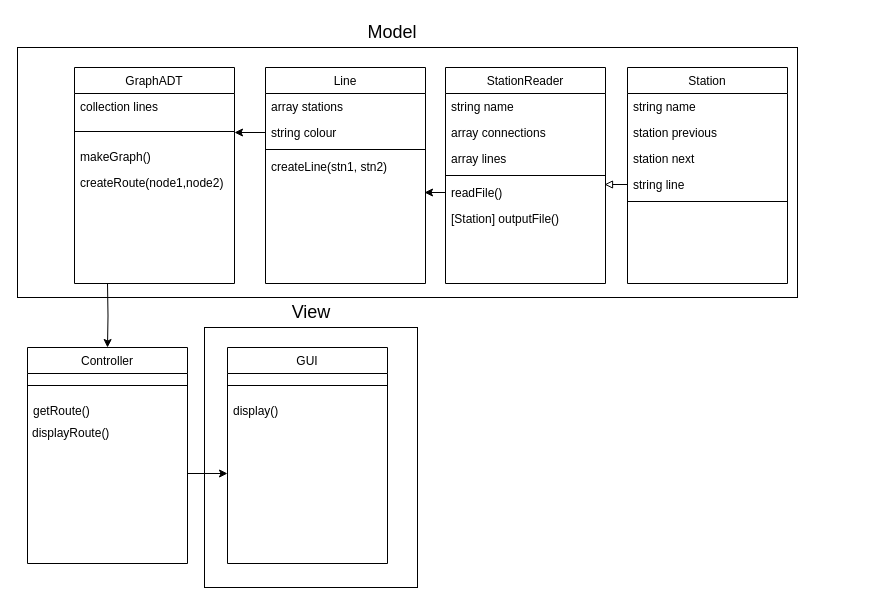
Earlier version of the draw.io diagram BostonMetro.drawio (samwod1/BostonMetroProject). Source tidied: cells renumbered, new cells numbered last; positions are measured from the earlier drawing's top-left corner, leaving out a move shared by most shapes. Both pictures are drawn from the tidied source at 100%, with x=0, y=0 at pixel (17, 17).
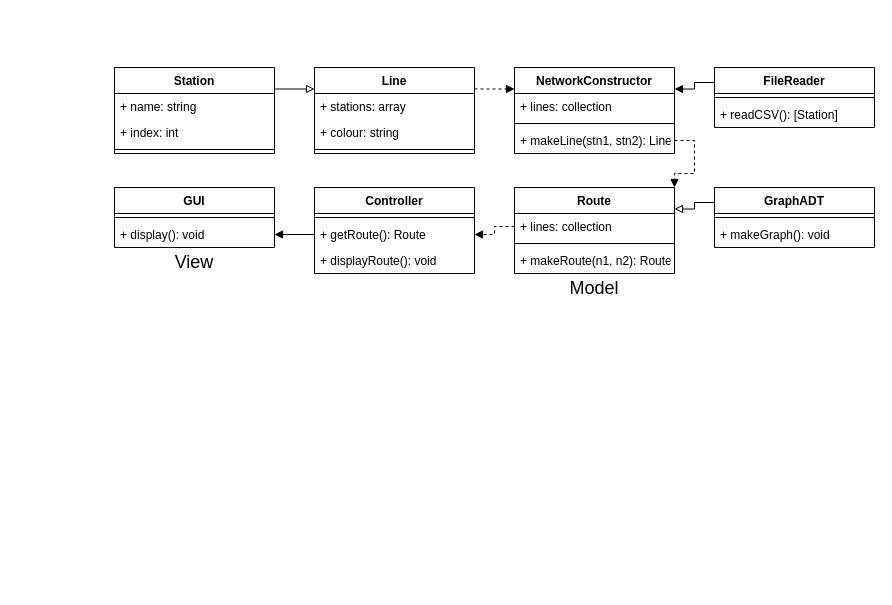
After the change.

What changed in the source:
```diff
@@
-    <mxCell id="2" style="rounded=0;whiteSpace=wrap;html=1;fontSize=18;" parent="1" vertex="1">
-      <mxGeometry x="187" y="310" width="213" height="260" as="geometry" />
-    </mxCell>
-    <mxCell id="3" style="rounded=0;whiteSpace=wrap;html=1;" parent="1" vertex="1">
-      <mxGeometry y="30" width="780" height="250" as="geometry" />
-    </mxCell>
-    <mxCell id="4" style="edgeStyle=orthogonalEdgeStyle;rounded=0;jettySize=auto;html=1;exitX=0.5;exitY=1;exitDx=0;exitDy=0;entryX=0.5;entryY=0;entryDx=0;entryDy=0;" parent="1" edge="1" target="11">
-      <mxGeometry relative="1" as="geometry">
-        <mxPoint x="90" y="266" as="sourcePoint" />
-      </mxGeometry>
-    </mxCell>
-    <mxCell id="5" value="Station" style="swimlane;fontStyle=0;align=center;verticalAlign=top;horizontal=1;startSize=26;rounded=0;shadow=0;strokeWidth=1;" parent="1" vertex="1">
-      <mxGeometry x="610" y="50" width="160" height="216" as="geometry" />
-    </mxCell>
-    <mxCell id="6" value="string name" style="text;align=left;verticalAlign=top;spacingLeft=4;spacingRight=4;overflow=hidden;rounded=0;shadow=0;html=0;" parent="5" vertex="1">
-      <mxGeometry y="26" width="160" height="26" as="geometry" />
-    </mxCell>
-    <mxCell id="7" value="station previous" style="text;align=left;verticalAlign=top;spacingLeft=4;spacingRight=4;overflow=hidden;rounded=0;shadow=0;html=0;" parent="5" vertex="1">
-      <mxGeometry y="52" width="160" height="26" as="geometry" />
-    </mxCell>
-    <mxCell id="8" value="station next" style="text;align=left;verticalAlign=top;spacingLeft=4;spacingRight=4;overflow=hidden;rounded=0;shadow=0;html=0;" parent="5" vertex="1">
-      <mxGeometry y="78" width="160" height="26" as="geometry" />
-    </mxCell>
-    <mxCell id="9" value="string line" style="text;align=left;verticalAlign=top;spacingLeft=4;spacingRight=4;overflow=hidden;points=[[0,0.5],[1,0.5]];portConstraint=eastwest;rounded=0;shadow=0;html=0;" parent="5" vertex="1">
-      <mxGeometry y="104" width="160" height="26" as="geometry" />
-    </mxCell>
-    <mxCell id="10" style="line;html=1;strokeWidth=1;align=left;verticalAlign=middle;spacingTop=-1;spacingLeft=3;spacingRight=3;labelPosition=right;" parent="5" vertex="1">
-      <mxGeometry y="130" width="160" height="8" as="geometry" />
-    </mxCell>
-    <mxCell id="11" value="Controller" style="swimlane;fontStyle=0;align=center;verticalAlign=top;horizontal=1;startSize=26;rounded=0;shadow=0;strokeWidth=1;" parent="1" vertex="1">
-      <mxGeometry x="10" y="330" width="160" height="216" as="geometry" />
-    </mxCell>
-    <mxCell id="12" style="line;html=1;strokeWidth=1;align=left;verticalAlign=middle;spacingTop=-1;spacingLeft=3;spacingRight=3;labelPosition=right;" parent="11" vertex="1">
-      <mxGeometry y="26" width="160" height="24" as="geometry" />
-    </mxCell>
-    <mxCell id="13" value="getRoute()" style="text;align=left;verticalAlign=top;spacingLeft=4;spacingRight=4;overflow=hidden;" parent="11" vertex="1">
-      <mxGeometry y="50" width="160" height="26" as="geometry" />
-    </mxCell>
-    <mxCell id="14" value="&lt;div&gt;&lt;span&gt;displayRoute()&lt;/span&gt;&lt;/div&gt;" style="text;html=1;strokeColor=none;fillColor=none;align=left;verticalAlign=middle;whiteSpace=wrap;rounded=0;spacing=5;" parent="11" vertex="1">
-      <mxGeometry y="76" width="160" height="20" as="geometry" />
-    </mxCell>
-    <mxCell id="15" value="GUI" style="swimlane;fontStyle=0;align=center;verticalAlign=top;horizontal=1;startSize=26;rounded=0;shadow=0;strokeWidth=1;" parent="1" vertex="1">
-      <mxGeometry x="210" y="330" width="160" height="216" as="geometry" />
-    </mxCell>
-    <mxCell id="16" style="line;html=1;strokeWidth=1;align=left;verticalAlign=middle;spacingTop=-1;spacingLeft=3;spacingRight=3;labelPosition=right;" parent="15" vertex="1">
-      <mxGeometry y="26" width="160" height="24" as="geometry" />
-    </mxCell>
-    <mxCell id="17" value="display()" style="text;align=left;verticalAlign=top;spacingLeft=4;spacingRight=4;overflow=hidden;" parent="15" vertex="1">
-      <mxGeometry y="50" width="160" height="26" as="geometry" />
-    </mxCell>
-    <mxCell id="18" style="endArrow=classic;html=1;rounded=0;fontSize=18;" parent="15" edge="1">
-      <mxGeometry relative="1" as="geometry">
-        <mxPoint x="-40" y="126" as="sourcePoint" />
-        <mxPoint y="126" as="targetPoint" />
-      </mxGeometry>
-    </mxCell>
-    <mxCell id="19" value="Line" style="swimlane;fontStyle=0;align=center;verticalAlign=top;horizontal=1;startSize=26;rounded=0;shadow=0;strokeWidth=1;" parent="1" vertex="1">
-      <mxGeometry x="248" y="50" width="160" height="216" as="geometry" />
-    </mxCell>
-    <mxCell id="20" value="array stations" style="text;align=left;verticalAlign=top;spacingLeft=4;spacingRight=4;overflow=hidden;rounded=0;shadow=0;html=0;" parent="19" vertex="1">
-      <mxGeometry y="26" width="160" height="26" as="geometry" />
-    </mxCell>
-    <mxCell id="21" value="string colour" style="text;align=left;verticalAlign=top;spacingLeft=4;spacingRight=4;overflow=hidden;points=[[0,0.5],[1,0.5]];portConstraint=eastwest;rounded=0;shadow=0;html=0;" parent="19" vertex="1">
-      <mxGeometry y="52" width="160" height="26" as="geometry" />
-    </mxCell>
-    <mxCell id="22" style="line;html=1;strokeWidth=1;align=left;verticalAlign=middle;spacingTop=-1;spacingLeft=3;spacingRight=3;labelPosition=right;" parent="19" vertex="1">
-      <mxGeometry y="78" width="160" height="8" as="geometry" />
-    </mxCell>
-    <mxCell id="23" value="createLine(stn1, stn2)" style="text;align=left;verticalAlign=top;spacingLeft=4;spacingRight=4;overflow=hidden;" parent="19" vertex="1">
-      <mxGeometry y="86" width="160" height="26" as="geometry" />
-    </mxCell>
-    <mxCell id="24" value="GraphADT" style="swimlane;fontStyle=0;align=center;verticalAlign=top;horizontal=1;startSize=26;rounded=0;shadow=0;strokeWidth=1;" parent="1" vertex="1">
-      <mxGeometry x="57" y="50" width="160" height="216" as="geometry" />
-    </mxCell>
-    <mxCell id="25" value="collection lines" style="text;align=left;verticalAlign=top;spacingLeft=4;spacingRight=4;overflow=hidden;" parent="24" vertex="1">
-      <mxGeometry y="26" width="160" height="26" as="geometry" />
-    </mxCell>
-    <mxCell id="26" style="line;html=1;strokeWidth=1;align=left;verticalAlign=middle;spacingTop=-1;spacingLeft=3;spacingRight=3;labelPosition=right;" parent="24" vertex="1">
-      <mxGeometry y="52" width="160" height="24" as="geometry" />
-    </mxCell>
-    <mxCell id="27" value="makeGraph()" style="text;align=left;verticalAlign=top;spacingLeft=4;spacingRight=4;overflow=hidden;" parent="24" vertex="1">
-      <mxGeometry y="76" width="160" height="26" as="geometry" />
-    </mxCell>
-    <mxCell id="28" value="createRoute(node1,node2)" style="text;align=left;verticalAlign=top;spacingLeft=4;spacingRight=4;overflow=hidden;" parent="24" vertex="1">
-      <mxGeometry y="102" width="160" height="26" as="geometry" />
-    </mxCell>
-    <mxCell id="29" style="edgeStyle=orthogonalEdgeStyle;rounded=0;jettySize=auto;html=1;exitX=0;exitY=0.5;exitDx=0;exitDy=0;entryX=1;entryY=0.5;entryDx=0;entryDy=0;" parent="1" edge="1" source="21">
-      <mxGeometry relative="1" as="geometry">
-        <mxPoint x="217" y="115" as="targetPoint" />
-      </mxGeometry>
-    </mxCell>
-    <mxCell id="30" value="StationReader" style="swimlane;fontStyle=0;align=center;verticalAlign=top;horizontal=1;startSize=26;rounded=0;shadow=0;strokeWidth=1;" parent="1" vertex="1">
-      <mxGeometry x="428" y="50" width="160" height="216" as="geometry" />
-    </mxCell>
-    <mxCell id="31" value="string name" style="text;align=left;verticalAlign=top;spacingLeft=4;spacingRight=4;overflow=hidden;rounded=0;shadow=0;html=0;" parent="30" vertex="1">
-      <mxGeometry y="26" width="160" height="26" as="geometry" />
-    </mxCell>
-    <mxCell id="32" value="array connections" style="text;align=left;verticalAlign=top;spacingLeft=4;spacingRight=4;overflow=hidden;rounded=0;shadow=0;html=0;" parent="30" vertex="1">
-      <mxGeometry y="52" width="160" height="26" as="geometry" />
-    </mxCell>
-    <mxCell id="33" value="array lines" style="text;align=left;verticalAlign=top;spacingLeft=4;spacingRight=4;overflow=hidden;rounded=0;shadow=0;html=0;" parent="30" vertex="1">
-      <mxGeometry y="78" width="160" height="26" as="geometry" />
-    </mxCell>
-    <mxCell id="34" style="line;html=1;strokeWidth=1;align=left;verticalAlign=middle;spacingTop=-1;spacingLeft=3;spacingRight=3;labelPosition=right;" parent="30" vertex="1">
-      <mxGeometry y="104" width="160" height="8" as="geometry" />
-    </mxCell>
-    <mxCell id="35" value="readFile()" style="text;align=left;verticalAlign=top;spacingLeft=4;spacingRight=4;overflow=hidden;points=[[0,0.5],[1,0.5]];portConstraint=eastwest;rounded=0;shadow=0;html=0;" parent="30" vertex="1">
-      <mxGeometry y="112" width="160" height="26" as="geometry" />
-    </mxCell>
-    <mxCell id="36" value="[Station] outputFile()" style="text;align=left;verticalAlign=top;spacingLeft=4;spacingRight=4;overflow=hidden;rounded=0;shadow=0;html=0;" parent="30" vertex="1">
-      <mxGeometry y="138" width="160" height="26" as="geometry" />
-    </mxCell>
     <mxCell id="37" value="&lt;font style=&quot;font-size: 18px&quot;&gt;Model&lt;/font&gt;" style="text;html=1;strokeColor=none;fillColor=none;align=center;verticalAlign=middle;whiteSpace=wrap;rounded=0;" parent="1" vertex="1">
-      <mxGeometry x="330" width="90" height="30" as="geometry" />
+      <mxGeometry x="532" y="256" width="90" height="30" as="geometry" />
     </mxCell>
     <mxCell id="38" value="View" style="text;html=1;strokeColor=none;fillColor=none;align=center;verticalAlign=middle;whiteSpace=wrap;rounded=0;fontSize=18;" parent="1" vertex="1">
-      <mxGeometry x="263.5" y="280" width="60" height="30" as="geometry" />
+      <mxGeometry x="147" y="230" width="60" height="30" as="geometry" />
     </mxCell>
-    <mxCell id="39" style="endArrow=block;html=1;rounded=0;fontSize=18;strokeColor=#000000;exitX=0;exitY=0.5;exitDx=0;exitDy=0;endFill=0;" parent="1" edge="1" source="9">
-      <mxGeometry relative="1" as="geometry">
-        <mxPoint x="587" y="167" as="targetPoint" />
-      </mxGeometry>
-    </mxCell>
-    <mxCell id="40" style="edgeStyle=orthogonalEdgeStyle;rounded=0;jettySize=auto;html=1;exitX=0;exitY=0.5;exitDx=0;exitDy=0;fontSize=18;endArrow=classic;endFill=1;strokeColor=#000000;" parent="1" edge="1" source="35">
-      <mxGeometry relative="1" as="geometry">
-        <mxPoint x="407" y="175" as="targetPoint" />
-      </mxGeometry>
-    </mxCell>
+    <mxCell id="41" style="edgeStyle=orthogonalEdgeStyle;rounded=0;jettySize=auto;html=1;exitX=1;exitY=0.25;exitDx=0;exitDy=0;entryX=0;entryY=0.25;entryDx=0;entryDy=0;endArrow=block;endFill=0;strokeColor=#000000;" parent="1" edge="1" source="5" target="19">
+      <mxGeometry relative="1" as="geometry" />
+    </mxCell>
+    <mxCell id="5" value="Station" style="swimlane;fontStyle=1;align=center;verticalAlign=top;horizontal=1;startSize=26;" parent="1" vertex="1">
+      <mxGeometry x="97" y="50" width="160" height="86" as="geometry" />
+    </mxCell>
+    <mxCell id="42" value="+ name: string" style="text;strokeColor=none;fillColor=none;align=left;verticalAlign=top;spacingLeft=4;spacingRight=4;overflow=hidden;" parent="5" vertex="1">
+      <mxGeometry y="26" width="160" height="26" as="geometry" />
+    </mxCell>
+    <mxCell id="43" value="+ index: int" style="text;strokeColor=none;fillColor=none;align=left;verticalAlign=top;spacingLeft=4;spacingRight=4;overflow=hidden;" parent="5" vertex="1">
+      <mxGeometry y="52" width="160" height="26" as="geometry" />
+    </mxCell>
+    <mxCell id="44" style="line;strokeWidth=1;fillColor=none;align=left;verticalAlign=middle;spacingTop=-1;spacingLeft=3;spacingRight=3;labelPosition=right;" parent="5" vertex="1">
+      <mxGeometry y="78" width="160" height="8" as="geometry" />
+    </mxCell>
+    <mxCell id="45" style="edgeStyle=orthogonalEdgeStyle;rounded=0;jettySize=auto;html=1;exitX=0;exitY=0.25;exitDx=0;exitDy=0;entryX=1;entryY=0.25;entryDx=0;entryDy=0;endArrow=block;endFill=1;strokeColor=#000000;" parent="1" edge="1" source="46" target="66">
+      <mxGeometry relative="1" as="geometry" />
+    </mxCell>
+    <mxCell id="46" value="FileReader" style="swimlane;fontStyle=1;align=center;verticalAlign=top;horizontal=1;startSize=26;" parent="1" vertex="1">
+      <mxGeometry x="697" y="50" width="160" height="60" as="geometry" />
+    </mxCell>
+    <mxCell id="47" style="line;strokeWidth=1;fillColor=none;align=left;verticalAlign=middle;spacingTop=-1;spacingLeft=3;spacingRight=3;labelPosition=right;" parent="46" vertex="1">
+      <mxGeometry y="26" width="160" height="8" as="geometry" />
+    </mxCell>
+    <mxCell id="48" value="+ readCSV(): [Station]" style="text;strokeColor=none;fillColor=none;align=left;verticalAlign=top;spacingLeft=4;spacingRight=4;overflow=hidden;" parent="46" vertex="1">
+      <mxGeometry y="34" width="160" height="26" as="geometry" />
+    </mxCell>
+    <mxCell id="49" style="edgeStyle=orthogonalEdgeStyle;rounded=0;jettySize=auto;html=1;exitX=1;exitY=0.25;exitDx=0;exitDy=0;entryX=0;entryY=0.25;entryDx=0;entryDy=0;dashed=1;endArrow=block;endFill=1;strokeColor=#000000;" parent="1" edge="1" source="19" target="66">
+      <mxGeometry relative="1" as="geometry" />
+    </mxCell>
+    <mxCell id="19" value="Line" style="swimlane;fontStyle=1;align=center;verticalAlign=top;horizontal=1;startSize=26;" parent="1" vertex="1">
+      <mxGeometry x="297" y="50" width="160" height="86" as="geometry" />
+    </mxCell>
+    <mxCell id="50" value="+ stations: array" style="text;strokeColor=none;fillColor=none;align=left;verticalAlign=top;spacingLeft=4;spacingRight=4;overflow=hidden;" parent="19" vertex="1">
+      <mxGeometry y="26" width="160" height="26" as="geometry" />
+    </mxCell>
+    <mxCell id="51" value="+ colour: string" style="text;strokeColor=none;fillColor=none;align=left;verticalAlign=top;spacingLeft=4;spacingRight=4;overflow=hidden;" parent="19" vertex="1">
+      <mxGeometry y="52" width="160" height="26" as="geometry" />
+    </mxCell>
+    <mxCell id="52" style="line;strokeWidth=1;fillColor=none;align=left;verticalAlign=middle;spacingTop=-1;spacingLeft=3;spacingRight=3;labelPosition=right;" parent="19" vertex="1">
+      <mxGeometry y="78" width="160" height="8" as="geometry" />
+    </mxCell>
+    <mxCell id="53" style="edgeStyle=orthogonalEdgeStyle;rounded=0;jettySize=auto;html=1;exitX=0;exitY=0.25;exitDx=0;exitDy=0;entryX=1.006;entryY=0.151;entryDx=0;entryDy=0;entryPerimeter=0;dashed=1;endArrow=open;endFill=0;strokeColor=none;" parent="1" edge="1" source="24" target="57">
+      <mxGeometry relative="1" as="geometry" />
+    </mxCell>
+    <mxCell id="54" style="edgeStyle=orthogonalEdgeStyle;rounded=0;jettySize=auto;html=1;exitX=0;exitY=0.25;exitDx=0;exitDy=0;entryX=1;entryY=0.25;entryDx=0;entryDy=0;endArrow=block;endFill=0;strokeColor=#000000;" parent="1" edge="1" source="24" target="57">
+      <mxGeometry relative="1" as="geometry" />
+    </mxCell>
+    <mxCell id="24" value="GraphADT" style="swimlane;fontStyle=1;align=center;verticalAlign=top;horizontal=1;startSize=26;" parent="1" vertex="1">
+      <mxGeometry x="697" y="170" width="160" height="60" as="geometry" />
+    </mxCell>
+    <mxCell id="55" style="line;strokeWidth=1;fillColor=none;align=left;verticalAlign=middle;spacingTop=-1;spacingLeft=3;spacingRight=3;labelPosition=right;" parent="24" vertex="1">
+      <mxGeometry y="26" width="160" height="8" as="geometry" />
+    </mxCell>
+    <mxCell id="56" value="+ makeGraph(): void" style="text;strokeColor=none;fillColor=none;align=left;verticalAlign=top;spacingLeft=4;spacingRight=4;overflow=hidden;" parent="24" vertex="1">
+      <mxGeometry y="34" width="160" height="26" as="geometry" />
+    </mxCell>
+    <mxCell id="57" value="Route" style="swimlane;fontStyle=1;align=center;verticalAlign=top;horizontal=1;startSize=26;" parent="1" vertex="1">
+      <mxGeometry x="497" y="170" width="160" height="86" as="geometry" />
+    </mxCell>
+    <mxCell id="58" value="+ lines: collection" style="text;strokeColor=none;fillColor=none;align=left;verticalAlign=top;spacingLeft=4;spacingRight=4;overflow=hidden;points=[[0,0.5],[1,0.5]];portConstraint=eastwest;" parent="57" vertex="1">
+      <mxGeometry y="26" width="160" height="26" as="geometry" />
+    </mxCell>
+    <mxCell id="59" style="line;strokeWidth=1;fillColor=none;align=left;verticalAlign=middle;spacingTop=-1;spacingLeft=3;spacingRight=3;labelPosition=right;" parent="57" vertex="1">
+      <mxGeometry y="52" width="160" height="8" as="geometry" />
+    </mxCell>
+    <mxCell id="60" value="+ makeRoute(n1, n2): Route" style="text;strokeColor=none;fillColor=none;align=left;verticalAlign=top;spacingLeft=4;spacingRight=4;overflow=hidden;" parent="57" vertex="1">
+      <mxGeometry y="60" width="160" height="26" as="geometry" />
+    </mxCell>
+    <mxCell id="11" value="Controller" style="swimlane;fontStyle=1;align=center;verticalAlign=top;horizontal=1;startSize=26;" parent="1" vertex="1">
+      <mxGeometry x="297" y="170" width="160" height="86" as="geometry" />
+    </mxCell>
+    <mxCell id="61" style="line;strokeWidth=1;fillColor=none;align=left;verticalAlign=middle;spacingTop=-1;spacingLeft=3;spacingRight=3;labelPosition=right;" parent="11" vertex="1">
+      <mxGeometry y="26" width="160" height="8" as="geometry" />
+    </mxCell>
+    <mxCell id="62" value="+ getRoute(): Route" style="text;strokeColor=none;fillColor=none;align=left;verticalAlign=top;spacingLeft=4;spacingRight=4;overflow=hidden;points=[[0,0.5],[1,0.5]];portConstraint=eastwest;" parent="11" vertex="1">
+      <mxGeometry y="34" width="160" height="26" as="geometry" />
+    </mxCell>
+    <mxCell id="63" value="+ displayRoute(): void" style="text;strokeColor=none;fillColor=none;align=left;verticalAlign=top;spacingLeft=4;spacingRight=4;overflow=hidden;" parent="11" vertex="1">
+      <mxGeometry y="60" width="160" height="26" as="geometry" />
+    </mxCell>
+    <mxCell id="15" value="GUI" style="swimlane;fontStyle=1;align=center;verticalAlign=top;horizontal=1;startSize=26;" parent="1" vertex="1">
+      <mxGeometry x="97" y="170" width="160" height="60" as="geometry" />
+    </mxCell>
+    <mxCell id="64" style="line;strokeWidth=1;fillColor=none;align=left;verticalAlign=middle;spacingTop=-1;spacingLeft=3;spacingRight=3;labelPosition=right;" parent="15" vertex="1">
+      <mxGeometry y="26" width="160" height="8" as="geometry" />
+    </mxCell>
+    <mxCell id="65" value="+ display(): void" style="text;strokeColor=none;fillColor=none;align=left;verticalAlign=top;spacingLeft=4;spacingRight=4;overflow=hidden;points=[[0,0.5],[1,0.5]];portConstraint=eastwest;" parent="15" vertex="1">
+      <mxGeometry y="34" width="160" height="26" as="geometry" />
+    </mxCell>
+    <mxCell id="66" value="NetworkConstructor" style="swimlane;fontStyle=1;align=center;verticalAlign=top;horizontal=1;startSize=26;" parent="1" vertex="1">
+      <mxGeometry x="497" y="50" width="160" height="86" as="geometry" />
+    </mxCell>
+    <mxCell id="67" value="+ lines: collection" style="text;strokeColor=none;fillColor=none;align=left;verticalAlign=top;spacingLeft=4;spacingRight=4;overflow=hidden;" parent="66" vertex="1">
+      <mxGeometry y="26" width="160" height="26" as="geometry" />
+    </mxCell>
+    <mxCell id="68" style="line;strokeWidth=1;fillColor=none;align=left;verticalAlign=middle;spacingTop=-1;spacingLeft=3;spacingRight=3;labelPosition=right;" parent="66" vertex="1">
+      <mxGeometry y="52" width="160" height="8" as="geometry" />
+    </mxCell>
+    <mxCell id="69" value="+ makeLine(stn1, stn2): Line" style="text;strokeColor=none;fillColor=none;align=left;verticalAlign=top;spacingLeft=4;spacingRight=4;overflow=hidden;points=[[0,0.5],[1,0.5]];portConstraint=eastwest;" parent="66" vertex="1">
+      <mxGeometry y="60" width="160" height="26" as="geometry" />
+    </mxCell>
+    <mxCell id="70" style="edgeStyle=orthogonalEdgeStyle;rounded=0;jettySize=auto;html=1;exitX=1;exitY=0.5;exitDx=0;exitDy=0;entryX=1;entryY=0;entryDx=0;entryDy=0;endArrow=block;endFill=1;strokeColor=#000000;dashed=1;" parent="1" edge="1" source="69" target="57">
+      <mxGeometry relative="1" as="geometry" />
+    </mxCell>
+    <mxCell id="71" style="edgeStyle=orthogonalEdgeStyle;rounded=0;jettySize=auto;html=1;exitX=0;exitY=0.5;exitDx=0;exitDy=0;entryX=1;entryY=0.5;entryDx=0;entryDy=0;endArrow=block;endFill=1;strokeColor=#000000;dashed=1;" parent="1" edge="1" source="58" target="62">
+      <mxGeometry relative="1" as="geometry" />
+    </mxCell>
+    <mxCell id="72" style="edgeStyle=orthogonalEdgeStyle;rounded=0;jettySize=auto;html=1;exitX=0;exitY=0.5;exitDx=0;exitDy=0;entryX=1;entryY=0.5;entryDx=0;entryDy=0;endArrow=block;endFill=1;strokeColor=#000000;" parent="1" edge="1" source="62" target="65">
+      <mxGeometry relative="1" as="geometry" />
+    </mxCell>
```
